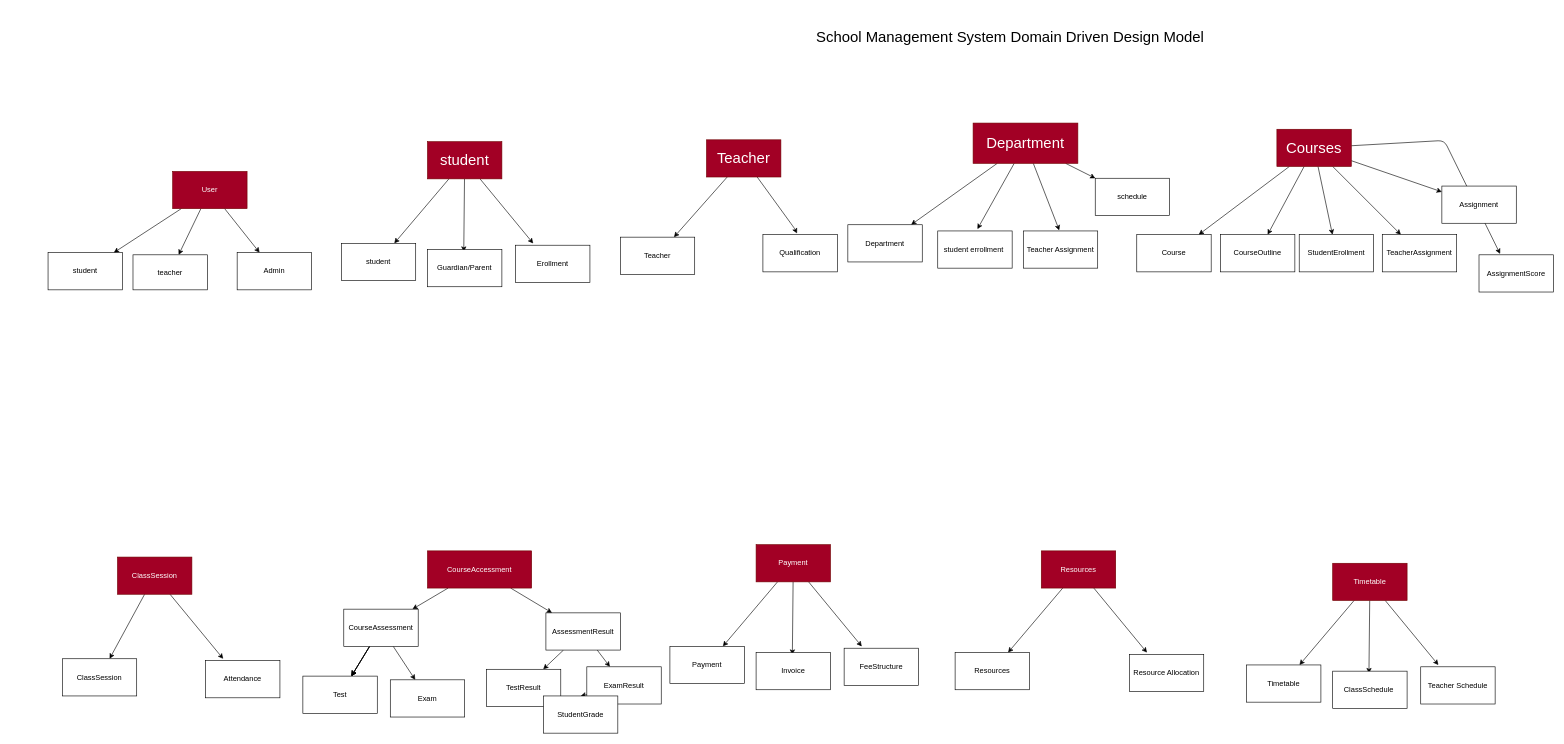
This is app.drawio from hakeem2499/SchoolAutomation, a draw.io file, before an edit. Source tidied: cells renumbered, new cells numbered last; positions are measured from the earlier drawing's top-left corner, leaving out a move shared by most shapes. Both pictures are drawn from the tidied source at 62%, with x=0, y=0 at pixel (48, 20).
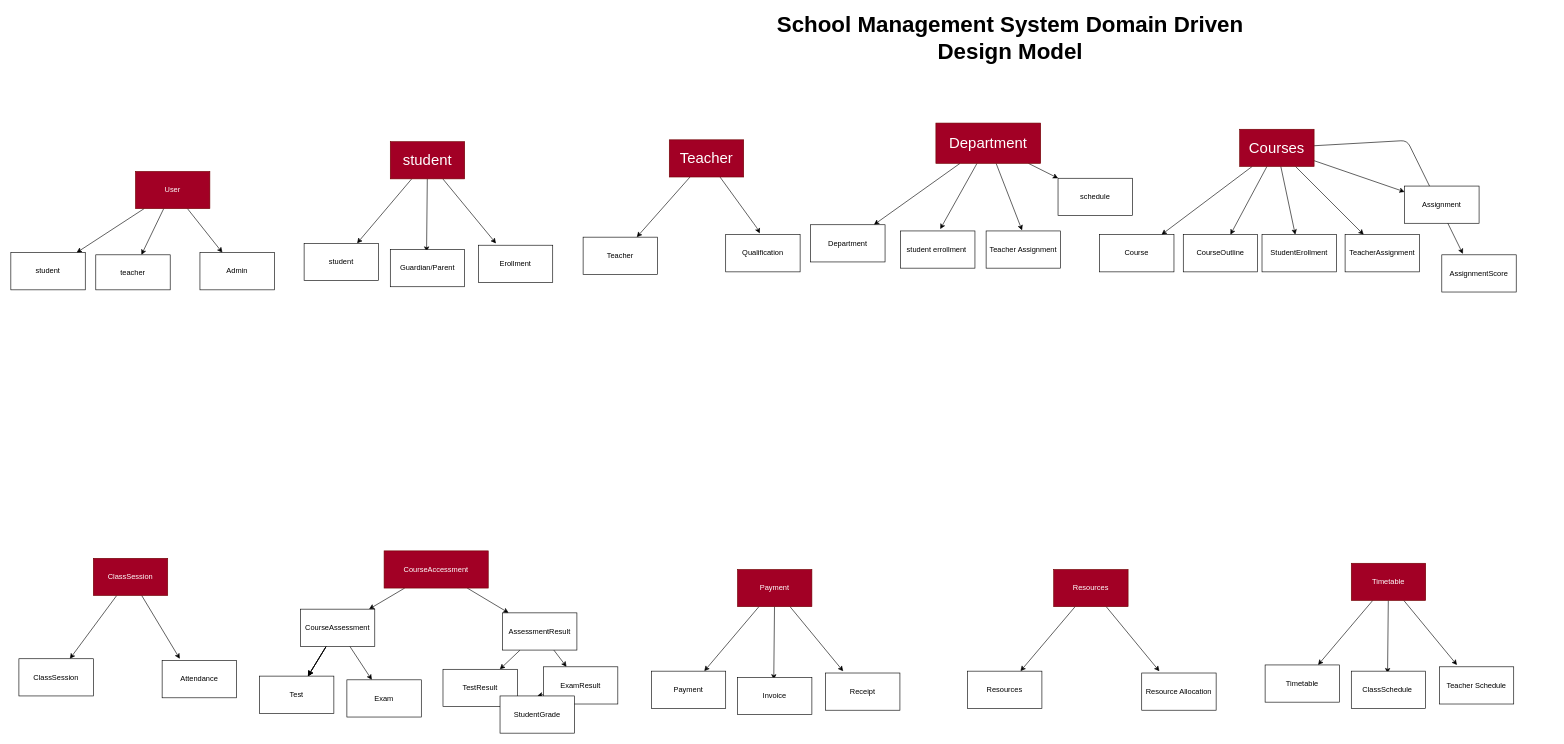
The same page after the edit.

Diff of the diagram source:
```diff
@@
     <mxCell id="5" value="User" style="rounded=0;whiteSpace=wrap;html=1;fillColor=#a20025;fontColor=#ffffff;strokeColor=#6F0000;" parent="1" vertex="1">
-      <mxGeometry x="201" y="243" width="120" height="60" as="geometry" />
+      <mxGeometry x="141" y="243" width="120" height="60" as="geometry" />
     </mxCell>
     <mxCell id="6" value="student" style="rounded=0;whiteSpace=wrap;html=1;" parent="1" vertex="1">
-      <mxGeometry y="374" width="120" height="60" as="geometry" />
+      <mxGeometry x="-60" y="374" width="120" height="60" as="geometry" />
     </mxCell>
     <mxCell id="7" value="teacher" style="rounded=0;whiteSpace=wrap;html=1;" parent="1" vertex="1">
-      <mxGeometry x="137" y="377.5" width="120" height="56.5" as="geometry" />
+      <mxGeometry x="77" y="377.5" width="120" height="56.5" as="geometry" />
     </mxCell>
     <mxCell id="8" value="Admin" style="rounded=0;whiteSpace=wrap;html=1;" parent="1" vertex="1">
-      <mxGeometry x="305" y="374" width="120" height="60" as="geometry" />
+      <mxGeometry x="245" y="374" width="120" height="60" as="geometry" />
     </mxCell>
@@
     <mxCell id="10" style="edgeStyle=none;html=1;" parent="1" edge="1" source="12">
       <mxGeometry relative="1" as="geometry">
-        <mxPoint x="670.5" y="372.6" as="targetPoint" />
+        <mxPoint x="610.5" y="372.6" as="targetPoint" />
       </mxGeometry>
     </mxCell>
     <mxCell id="11" style="edgeStyle=none;html=1;" parent="1" edge="1" source="12">
       <mxGeometry relative="1" as="geometry">
-        <mxPoint x="782.5" y="359.1" as="targetPoint" />
+        <mxPoint x="722.5" y="359.1" as="targetPoint" />
       </mxGeometry>
     </mxCell>
     <mxCell id="12" value="&lt;font style=&quot;font-size: 24px;&quot;&gt;student&lt;/font&gt;" style="rounded=0;whiteSpace=wrap;html=1;fillColor=#a20025;fontColor=#ffffff;strokeColor=#6F0000;" parent="1" vertex="1">
-      <mxGeometry x="612" y="195" width="120" height="60" as="geometry" />
+      <mxGeometry x="552" y="195" width="120" height="60" as="geometry" />
     </mxCell>
     <mxCell id="13" value="student" style="rounded=0;whiteSpace=wrap;html=1;" parent="1" vertex="1">
-      <mxGeometry x="473" y="359" width="120" height="60" as="geometry" />
+      <mxGeometry x="413" y="359" width="120" height="60" as="geometry" />
     </mxCell>
     <mxCell id="14" value="Guardian/Parent" style="rounded=0;whiteSpace=wrap;html=1;" parent="1" vertex="1">
-      <mxGeometry x="612" y="369" width="120" height="60" as="geometry" />
+      <mxGeometry x="552" y="369" width="120" height="60" as="geometry" />
     </mxCell>
     <mxCell id="15" value="Erollment" style="rounded=0;whiteSpace=wrap;html=1;" parent="1" vertex="1">
-      <mxGeometry x="754" y="362" width="120" height="60" as="geometry" />
+      <mxGeometry x="694" y="362" width="120" height="60" as="geometry" />
     </mxCell>
@@
     <mxCell id="17" style="edgeStyle=none;html=1;" parent="1" edge="1" source="18">
       <mxGeometry relative="1" as="geometry">
-        <mxPoint x="1208" y="343" as="targetPoint" />
+        <mxPoint x="1148" y="343" as="targetPoint" />
         <Array as="points">
-          <mxPoint x="1204" y="335" />
+          <mxPoint x="1144" y="335" />
         </Array>
       </mxGeometry>
     </mxCell>
     <mxCell id="18" value="&lt;font style=&quot;font-size: 24px;&quot;&gt;Teacher&lt;/font&gt;" style="rounded=0;whiteSpace=wrap;html=1;fillColor=#a20025;fontColor=#ffffff;strokeColor=#6F0000;" parent="1" vertex="1">
-      <mxGeometry x="1062" y="192" width="120" height="60" as="geometry" />
+      <mxGeometry x="1002" y="192" width="120" height="60" as="geometry" />
     </mxCell>
     <mxCell id="19" value="Teacher" style="rounded=0;whiteSpace=wrap;html=1;" parent="1" vertex="1">
-      <mxGeometry x="923" y="349" width="120" height="60" as="geometry" />
+      <mxGeometry x="863" y="349" width="120" height="60" as="geometry" />
     </mxCell>
     <mxCell id="20" value="Qualification" style="rounded=0;whiteSpace=wrap;html=1;" parent="1" vertex="1">
-      <mxGeometry x="1153" y="345" width="120" height="60" as="geometry" />
+      <mxGeometry x="1093" y="345" width="120" height="60" as="geometry" />
     </mxCell>
@@
     <mxCell id="22" style="edgeStyle=none;html=1;" parent="1" edge="1" source="25">
       <mxGeometry relative="1" as="geometry">
-        <mxPoint x="1499" y="336" as="targetPoint" />
+        <mxPoint x="1439" y="336" as="targetPoint" />
       </mxGeometry>
     </mxCell>
     <mxCell id="23" style="edgeStyle=none;html=1;" parent="1" edge="1" source="25">
       <mxGeometry relative="1" as="geometry">
-        <mxPoint x="1631" y="338" as="targetPoint" />
+        <mxPoint x="1571" y="338" as="targetPoint" />
       </mxGeometry>
     </mxCell>
@@
     <mxCell id="25" value="&lt;font style=&quot;font-size: 24px;&quot;&gt;Department&lt;/font&gt;" style="rounded=0;whiteSpace=wrap;html=1;fillColor=#a20025;fontColor=#ffffff;strokeColor=#6F0000;" parent="1" vertex="1">
-      <mxGeometry x="1492" y="165" width="169" height="65" as="geometry" />
+      <mxGeometry x="1432" y="165" width="169" height="65" as="geometry" />
     </mxCell>
     <mxCell id="26" value="Department" style="rounded=0;whiteSpace=wrap;html=1;" parent="1" vertex="1">
-      <mxGeometry x="1290" y="329" width="120" height="60" as="geometry" />
+      <mxGeometry x="1230" y="329" width="120" height="60" as="geometry" />
     </mxCell>
     <mxCell id="27" value="student errollment&amp;nbsp;" style="rounded=0;whiteSpace=wrap;html=1;" parent="1" vertex="1">
-      <mxGeometry x="1435" y="339" width="120" height="60" as="geometry" />
+      <mxGeometry x="1375" y="339" width="120" height="60" as="geometry" />
     </mxCell>
     <mxCell id="28" value="Teacher Assignment" style="rounded=0;whiteSpace=wrap;html=1;" parent="1" vertex="1">
-      <mxGeometry x="1573" y="339" width="120" height="60" as="geometry" />
+      <mxGeometry x="1513" y="339" width="120" height="60" as="geometry" />
     </mxCell>
@@
     <mxCell id="31" value="CourseAccessment" style="rounded=0;whiteSpace=wrap;html=1;fillColor=#a20025;fontColor=#ffffff;strokeColor=#6F0000;" parent="1" vertex="1">
-      <mxGeometry x="612" y="855" width="168" height="60" as="geometry" />
+      <mxGeometry x="542" y="855" width="168" height="60" as="geometry" />
     </mxCell>
@@
     <mxCell id="37" value="CourseAssessment" style="rounded=0;whiteSpace=wrap;html=1;" parent="1" vertex="1">
-      <mxGeometry x="477" y="949" width="120" height="60" as="geometry" />
+      <mxGeometry x="407" y="949" width="120" height="60" as="geometry" />
     </mxCell>
@@
     <mxCell id="40" value="AssessmentResult" style="rounded=0;whiteSpace=wrap;html=1;" parent="1" vertex="1">
-      <mxGeometry x="803" y="955" width="120" height="60" as="geometry" />
+      <mxGeometry x="733" y="955" width="120" height="60" as="geometry" />
     </mxCell>
@@
     <mxCell id="42" style="edgeStyle=none;html=1;" parent="1" edge="1" source="44">
       <mxGeometry relative="1" as="geometry">
-        <mxPoint x="1200.5" y="1022.6" as="targetPoint" />
+        <mxPoint x="1170.5" y="1062.6" as="targetPoint" />
       </mxGeometry>
     </mxCell>
     <mxCell id="43" style="edgeStyle=none;html=1;" parent="1" edge="1" source="44">
       <mxGeometry relative="1" as="geometry">
-        <mxPoint x="1312.5" y="1009.1" as="targetPoint" />
+        <mxPoint x="1282.5" y="1049.1" as="targetPoint" />
       </mxGeometry>
     </mxCell>
     <mxCell id="44" value="Payment" style="rounded=0;whiteSpace=wrap;html=1;fillColor=#a20025;fontColor=#ffffff;strokeColor=#6F0000;" parent="1" vertex="1">
-      <mxGeometry x="1142" y="845" width="120" height="60" as="geometry" />
+      <mxGeometry x="1112" y="885" width="120" height="60" as="geometry" />
     </mxCell>
     <mxCell id="45" value="Payment" style="rounded=0;whiteSpace=wrap;html=1;" parent="1" vertex="1">
-      <mxGeometry x="1003" y="1009" width="120" height="60" as="geometry" />
+      <mxGeometry x="973" y="1049" width="120" height="60" as="geometry" />
     </mxCell>
     <mxCell id="46" value="Invoice" style="rounded=0;whiteSpace=wrap;html=1;" parent="1" vertex="1">
-      <mxGeometry x="1142" y="1019" width="120" height="60" as="geometry" />
+      <mxGeometry x="1112" y="1059" width="120" height="60" as="geometry" />
     </mxCell>
-    <mxCell id="47" value="FeeStructure" style="rounded=0;whiteSpace=wrap;html=1;" parent="1" vertex="1">
-      <mxGeometry x="1284" y="1012" width="120" height="60" as="geometry" />
+    <mxCell id="47" value="Receipt" style="rounded=0;whiteSpace=wrap;html=1;" parent="1" vertex="1">
+      <mxGeometry x="1254" y="1052" width="120" height="60" as="geometry" />
     </mxCell>
@@
     <mxCell id="49" style="edgeStyle=none;html=1;" parent="1" edge="1" source="50">
       <mxGeometry relative="1" as="geometry">
-        <mxPoint x="1772.5" y="1019.1" as="targetPoint" />
+        <mxPoint x="1792.5" y="1049.1" as="targetPoint" />
       </mxGeometry>
     </mxCell>
     <mxCell id="50" value="Resources" style="rounded=0;whiteSpace=wrap;html=1;fillColor=#a20025;fontColor=#ffffff;strokeColor=#6F0000;" parent="1" vertex="1">
-      <mxGeometry x="1602" y="855" width="120" height="60" as="geometry" />
+      <mxGeometry x="1622" y="885" width="120" height="60" as="geometry" />
     </mxCell>
     <mxCell id="51" value="Resources" style="rounded=0;whiteSpace=wrap;html=1;" parent="1" vertex="1">
-      <mxGeometry x="1463" y="1019" width="120" height="60" as="geometry" />
+      <mxGeometry x="1483" y="1049" width="120" height="60" as="geometry" />
     </mxCell>
     <mxCell id="52" value="Resource Allocation" style="rounded=0;whiteSpace=wrap;html=1;" parent="1" vertex="1">
-      <mxGeometry x="1744" y="1022" width="120" height="60" as="geometry" />
+      <mxGeometry x="1764" y="1052" width="120" height="60" as="geometry" />
     </mxCell>
@@
     <mxCell id="54" style="edgeStyle=none;html=1;" parent="1" edge="1" source="55">
       <mxGeometry relative="1" as="geometry">
-        <mxPoint x="282.5" y="1029.1" as="targetPoint" />
+        <mxPoint x="212.5" y="1029.1" as="targetPoint" />
       </mxGeometry>
     </mxCell>
     <mxCell id="55" value="ClassSession" style="rounded=0;whiteSpace=wrap;html=1;fillColor=#a20025;fontColor=#ffffff;strokeColor=#6F0000;" parent="1" vertex="1">
-      <mxGeometry x="112" y="865" width="120" height="60" as="geometry" />
+      <mxGeometry x="73" y="867" width="120" height="60" as="geometry" />
     </mxCell>
     <mxCell id="56" value="ClassSession" style="rounded=0;whiteSpace=wrap;html=1;" parent="1" vertex="1">
-      <mxGeometry x="23" y="1029" width="120" height="60" as="geometry" />
+      <mxGeometry x="-47" y="1029" width="120" height="60" as="geometry" />
     </mxCell>
     <mxCell id="57" value="Attendance" style="rounded=0;whiteSpace=wrap;html=1;" parent="1" vertex="1">
-      <mxGeometry x="254" y="1032" width="120" height="60" as="geometry" />
+      <mxGeometry x="184" y="1032" width="120" height="60" as="geometry" />
     </mxCell>
@@
     <mxCell id="63" style="edgeStyle=none;html=1;" parent="1" edge="1" source="64">
       <mxGeometry relative="1" as="geometry">
-        <mxPoint x="2342" y="376" as="targetPoint" />
+        <mxPoint x="2282" y="376" as="targetPoint" />
         <Array as="points">
-          <mxPoint x="2252" y="193" />
+          <mxPoint x="2192" y="193" />
         </Array>
       </mxGeometry>
     </mxCell>
     <mxCell id="64" value="&lt;font style=&quot;font-size: 24px;&quot;&gt;Courses&lt;/font&gt;" style="rounded=0;whiteSpace=wrap;html=1;fillColor=#a20025;fontColor=#ffffff;strokeColor=#6F0000;" parent="1" vertex="1">
-      <mxGeometry x="1982" y="175" width="120" height="60" as="geometry" />
+      <mxGeometry x="1922" y="175" width="120" height="60" as="geometry" />
     </mxCell>
     <mxCell id="65" value="Course" style="rounded=0;whiteSpace=wrap;html=1;" parent="1" vertex="1">
-      <mxGeometry x="1756" y="345" width="120" height="60" as="geometry" />
+      <mxGeometry x="1696" y="345" width="120" height="60" as="geometry" />
     </mxCell>
     <mxCell id="66" value="CourseOutline" style="rounded=0;whiteSpace=wrap;html=1;" parent="1" vertex="1">
-      <mxGeometry x="1891" y="345" width="120" height="60" as="geometry" />
+      <mxGeometry x="1831" y="345" width="120" height="60" as="geometry" />
     </mxCell>
     <mxCell id="67" value="StudentErollment" style="rounded=0;whiteSpace=wrap;html=1;" parent="1" vertex="1">
-      <mxGeometry x="2018" y="345" width="120" height="60" as="geometry" />
+      <mxGeometry x="1958" y="345" width="120" height="60" as="geometry" />
     </mxCell>
@@
     <mxCell id="69" style="edgeStyle=none;html=1;" parent="1" edge="1" source="71">
       <mxGeometry relative="1" as="geometry">
-        <mxPoint x="2130.5" y="1052.6" as="targetPoint" />
+        <mxPoint x="2160.5" y="1052.6" as="targetPoint" />
       </mxGeometry>
     </mxCell>
     <mxCell id="70" style="edgeStyle=none;html=1;" parent="1" edge="1" source="71">
       <mxGeometry relative="1" as="geometry">
-        <mxPoint x="2242.5" y="1039.1" as="targetPoint" />
+        <mxPoint x="2272.5" y="1039.1" as="targetPoint" />
       </mxGeometry>
     </mxCell>
     <mxCell id="71" value="Timetable" style="rounded=0;whiteSpace=wrap;html=1;fillColor=#a20025;fontColor=#ffffff;strokeColor=#6F0000;" parent="1" vertex="1">
-      <mxGeometry x="2072" y="875" width="120" height="60" as="geometry" />
+      <mxGeometry x="2102" y="875" width="120" height="60" as="geometry" />
     </mxCell>
     <mxCell id="72" value="Timetable" style="rounded=0;whiteSpace=wrap;html=1;" parent="1" vertex="1">
-      <mxGeometry x="1933" y="1039" width="120" height="60" as="geometry" />
+      <mxGeometry x="1963" y="1039" width="120" height="60" as="geometry" />
     </mxCell>
     <mxCell id="73" value="ClassSchedule&amp;nbsp;" style="rounded=0;whiteSpace=wrap;html=1;" parent="1" vertex="1">
-      <mxGeometry x="2072" y="1049" width="120" height="60" as="geometry" />
+      <mxGeometry x="2102" y="1049" width="120" height="60" as="geometry" />
     </mxCell>
     <mxCell id="74" value="Teacher Schedule" style="rounded=0;whiteSpace=wrap;html=1;" parent="1" vertex="1">
-      <mxGeometry x="2214" y="1042" width="120" height="60" as="geometry" />
+      <mxGeometry x="2244" y="1042" width="120" height="60" as="geometry" />
     </mxCell>
-    <mxCell id="75" value="School Management System Domain Driven Design Model" style="text;html=1;strokeColor=none;fillColor=none;align=center;verticalAlign=middle;whiteSpace=wrap;rounded=0;fontSize=24;" parent="1" vertex="1">
+    <mxCell id="75" value="&lt;font style=&quot;font-size: 36px;&quot;&gt;&lt;b&gt;School Management System Domain Driven Design Model&lt;/b&gt;&lt;/font&gt;" style="text;html=1;strokeColor=none;fillColor=none;align=center;verticalAlign=middle;whiteSpace=wrap;rounded=0;fontSize=24;" parent="1" vertex="1">
       <mxGeometry x="1174" width="756" height="54" as="geometry" />
     </mxCell>
     <mxCell id="76" value="schedule" style="rounded=0;whiteSpace=wrap;html=1;" parent="1" vertex="1">
-      <mxGeometry x="1689" y="254" width="120" height="60" as="geometry" />
+      <mxGeometry x="1629" y="254" width="120" height="60" as="geometry" />
     </mxCell>
     <mxCell id="77" value="TeacherAssignment" style="rounded=0;whiteSpace=wrap;html=1;" parent="1" vertex="1">
-      <mxGeometry x="2152" y="345" width="120" height="60" as="geometry" />
+      <mxGeometry x="2092" y="345" width="120" height="60" as="geometry" />
     </mxCell>
     <mxCell id="78" value="Assignment" style="rounded=0;whiteSpace=wrap;html=1;" parent="1" vertex="1">
-      <mxGeometry x="2248.1" y="266.6" width="120" height="60" as="geometry" />
+      <mxGeometry x="2188.1" y="266.6" width="120" height="60" as="geometry" />
     </mxCell>
     <mxCell id="79" value="AssignmentScore" style="rounded=0;whiteSpace=wrap;html=1;" parent="1" vertex="1">
-      <mxGeometry x="2308" y="377.5" width="120" height="60" as="geometry" />
+      <mxGeometry x="2248" y="377.5" width="120" height="60" as="geometry" />
     </mxCell>
     <mxCell id="80" value="Test" style="rounded=0;whiteSpace=wrap;html=1;" parent="1" vertex="1">
-      <mxGeometry x="411" y="1057" width="120" height="60" as="geometry" />
+      <mxGeometry x="341" y="1057" width="120" height="60" as="geometry" />
     </mxCell>
     <mxCell id="81" value="Exam" style="rounded=0;whiteSpace=wrap;html=1;" parent="1" vertex="1">
-      <mxGeometry x="552" y="1063" width="120" height="60" as="geometry" />
+      <mxGeometry x="482" y="1063" width="120" height="60" as="geometry" />
     </mxCell>
@@
     <mxCell id="83" value="TestResult" style="whiteSpace=wrap;html=1;rounded=0;" parent="1" vertex="1">
-      <mxGeometry x="707" y="1046" width="120" height="60" as="geometry" />
+      <mxGeometry x="637" y="1046" width="120" height="60" as="geometry" />
     </mxCell>
@@
     <mxCell id="85" value="ExamResult" style="rounded=0;whiteSpace=wrap;html=1;" parent="1" vertex="1">
-      <mxGeometry x="869" y="1042" width="120" height="60" as="geometry" />
+      <mxGeometry x="799" y="1042" width="120" height="60" as="geometry" />
     </mxCell>
     <mxCell id="86" value="StudentGrade" style="whiteSpace=wrap;html=1;rounded=0;" parent="1" vertex="1">
-      <mxGeometry x="799" y="1089" width="120" height="60" as="geometry" />
+      <mxGeometry x="729" y="1089" width="120" height="60" as="geometry" />
     </mxCell>
```
